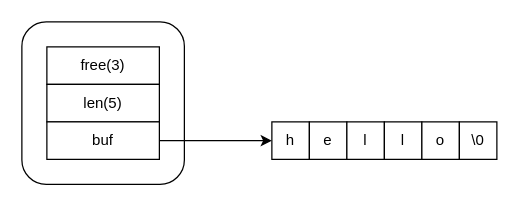
Before: redis/sds数据结构.drawio in buxiangchixiangcai/draw, a draw.io diagram. Source tidied: cells renumbered, new cells numbered last; positions are measured from the earlier drawing's top-left corner, leaving out a move shared by most shapes. Both pictures are drawn from the tidied source at 125%, with x=0, y=0 at pixel (21, 21).
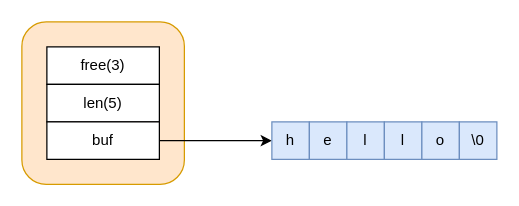
After the change.

Commit message (it also covers changes not shown here):
更新sds数据结构.drawio

The edit, as a diff of the source:
```diff
@@
 <mxGraphModel>
   <root>
     <mxCell id="0" />
     <mxCell id="1" parent="0" />
-    <mxCell id="2" style="rounded=1;whiteSpace=wrap;html=1;" parent="1" vertex="1">
+    <mxCell id="2" style="rounded=1;whiteSpace=wrap;html=1;fillColor=#ffe6cc;strokeColor=#d79b00;" parent="1" vertex="1">
       <mxGeometry width="130" height="130" as="geometry" />
     </mxCell>
     <mxCell id="3" value="free(3)" style="rounded=0;whiteSpace=wrap;html=1;" parent="1" vertex="1">
       <mxGeometry x="20" y="20" width="90" height="30" as="geometry" />
     </mxCell>
     <mxCell id="4" value="len(5)" style="rounded=0;whiteSpace=wrap;html=1;" parent="1" vertex="1">
       <mxGeometry x="20" y="50" width="90" height="30" as="geometry" />
     </mxCell>
     <mxCell id="5" style="edgeStyle=orthogonalEdgeStyle;rounded=0;jettySize=auto;html=1;entryX=0;entryY=0.5;entryDx=0;entryDy=0;" parent="1" edge="1" source="6" target="7">
       <mxGeometry relative="1" as="geometry" />
     </mxCell>
     <mxCell id="6" value="buf" style="rounded=0;whiteSpace=wrap;html=1;" parent="1" vertex="1">
       <mxGeometry x="20" y="80" width="90" height="30" as="geometry" />
     </mxCell>
-    <mxCell id="7" value="h" style="rounded=0;whiteSpace=wrap;html=1;" parent="1" vertex="1">
+    <mxCell id="7" value="h" style="rounded=0;whiteSpace=wrap;html=1;fillColor=#dae8fc;strokeColor=#6c8ebf;" parent="1" vertex="1">
       <mxGeometry x="200" y="80" width="30" height="30" as="geometry" />
     </mxCell>
-    <mxCell id="8" value="e" style="rounded=0;whiteSpace=wrap;html=1;" parent="1" vertex="1">
+    <mxCell id="8" value="e" style="rounded=0;whiteSpace=wrap;html=1;fillColor=#dae8fc;strokeColor=#6c8ebf;" parent="1" vertex="1">
       <mxGeometry x="230" y="80" width="30" height="30" as="geometry" />
     </mxCell>
-    <mxCell id="9" value="l" style="rounded=0;whiteSpace=wrap;html=1;" parent="1" vertex="1">
+    <mxCell id="9" value="l" style="rounded=0;whiteSpace=wrap;html=1;fillColor=#dae8fc;strokeColor=#6c8ebf;" parent="1" vertex="1">
       <mxGeometry x="260" y="80" width="30" height="30" as="geometry" />
     </mxCell>
-    <mxCell id="10" value="l" style="rounded=0;whiteSpace=wrap;html=1;" parent="1" vertex="1">
+    <mxCell id="10" value="l" style="rounded=0;whiteSpace=wrap;html=1;fillColor=#dae8fc;strokeColor=#6c8ebf;" parent="1" vertex="1">
       <mxGeometry x="290" y="80" width="30" height="30" as="geometry" />
     </mxCell>
-    <mxCell id="11" value="o" style="rounded=0;whiteSpace=wrap;html=1;" parent="1" vertex="1">
+    <mxCell id="11" value="o" style="rounded=0;whiteSpace=wrap;html=1;fillColor=#dae8fc;strokeColor=#6c8ebf;" parent="1" vertex="1">
       <mxGeometry x="320" y="80" width="30" height="30" as="geometry" />
     </mxCell>
-    <mxCell id="12" value="\0" style="rounded=0;whiteSpace=wrap;html=1;" parent="1" vertex="1">
+    <mxCell id="12" value="\0" style="rounded=0;whiteSpace=wrap;html=1;fillColor=#dae8fc;strokeColor=#6c8ebf;" parent="1" vertex="1">
       <mxGeometry x="350" y="80" width="30" height="30" as="geometry" />
     </mxCell>
   </root>
 </mxGraphModel>
```
